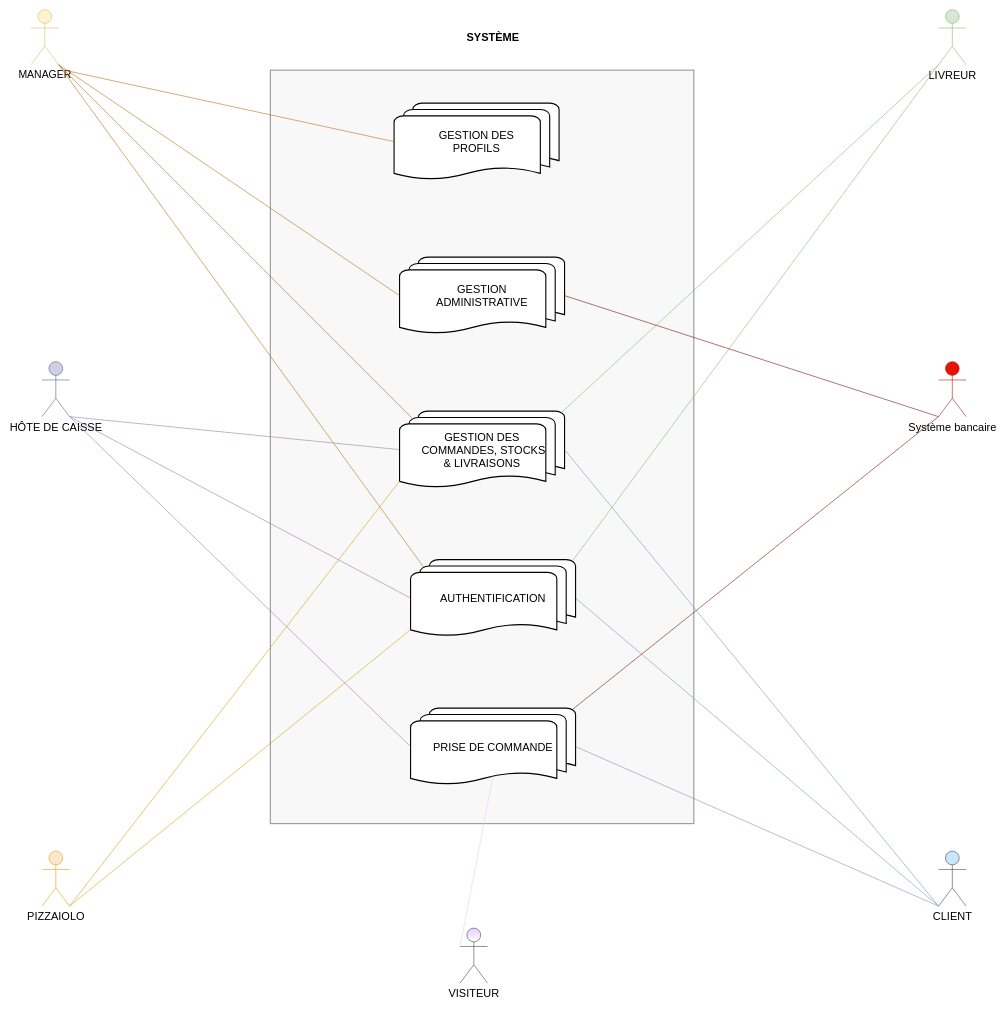
Before: Client/Untitled Diagram.drawio in OMorlotti/P4-analyser-les-besoin-de-mon-client-pour-son-groupe-de-pizzerias, a draw.io diagram. Source tidied: cells renumbered, new cells numbered last; positions are measured from the earlier drawing's top-left corner, leaving out a move shared by most shapes. Both pictures are drawn from the tidied source at 55%, with x=0, y=0 at pixel (31, 9).
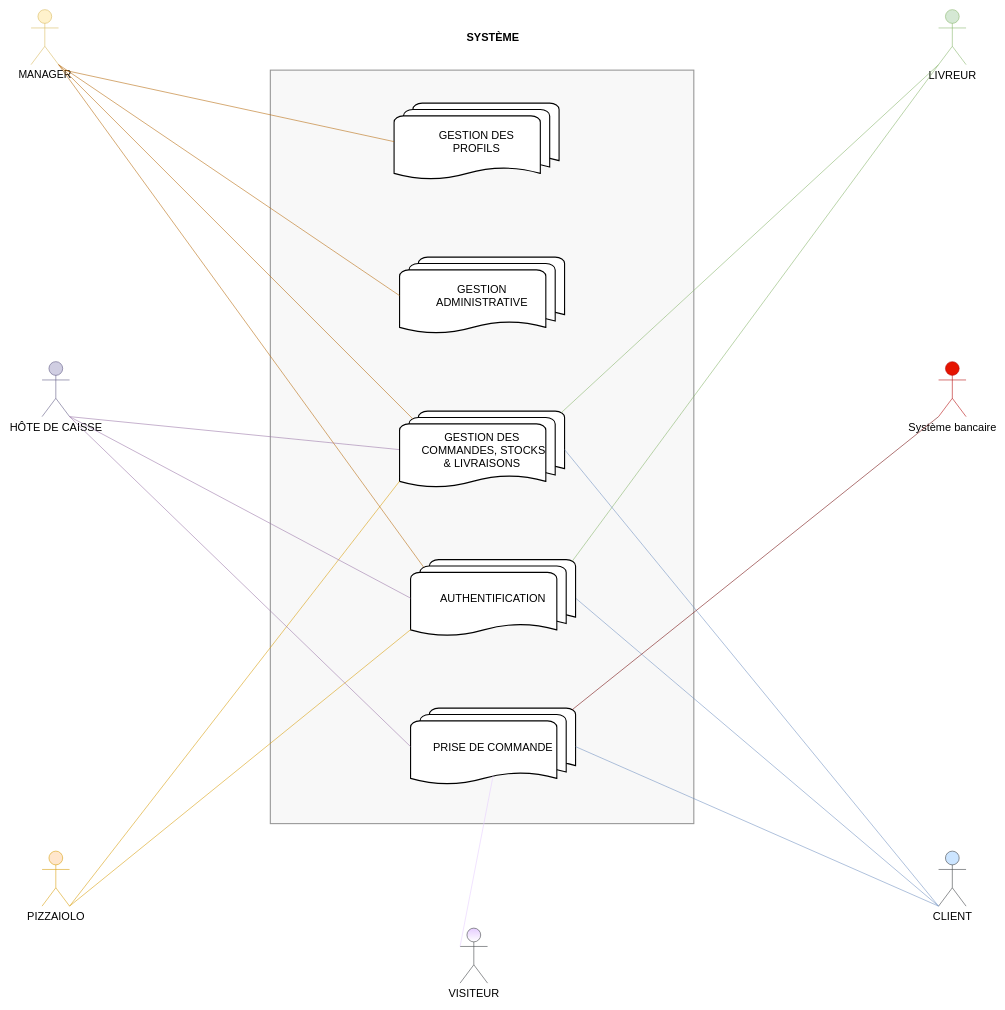
After the change.

Unchanged cells that the change refers to:
```xml
<mxCell id="8" value="&lt;font style=&quot;font-size: 20px&quot; color=&quot;#000000&quot;&gt;Système bancaire&lt;/font&gt;" style="shape=umlActor;verticalLabelPosition=bottom;labelBackgroundColor=#ffffff;verticalAlign=top;html=1;outlineConnect=0;fillColor=#e51400;strokeColor=#B20000;fontColor=#ffffff;" parent="1" vertex="1">
  <mxGeometry x="1650" y="640" width="50" height="100" as="geometry" />
</mxCell>
<mxCell id="13" value="&lt;span style=&quot;font-size: 20px&quot;&gt;GESTION&lt;br&gt;ADMINISTRATIVE&lt;/span&gt;" style="strokeWidth=2;html=1;shape=mxgraph.flowchart.multi-document;whiteSpace=wrap;gradientColor=none;align=center;" parent="1" vertex="1">
  <mxGeometry x="670" y="450" width="300" height="140" as="geometry" />
</mxCell>
```

Diff of the diagram source:
```diff
@@
-    <mxCell id="31" style="endArrow=none;html=1;entryX=0;entryY=1;entryDx=0;entryDy=0;entryPerimeter=0;exitX=1;exitY=0.5;exitDx=0;exitDy=0;exitPerimeter=0;fillColor=#a20025;strokeColor=#6F0000;" parent="1" edge="1" source="13" target="8">
-      <mxGeometry relative="1" as="geometry" />
-    </mxCell>
```
